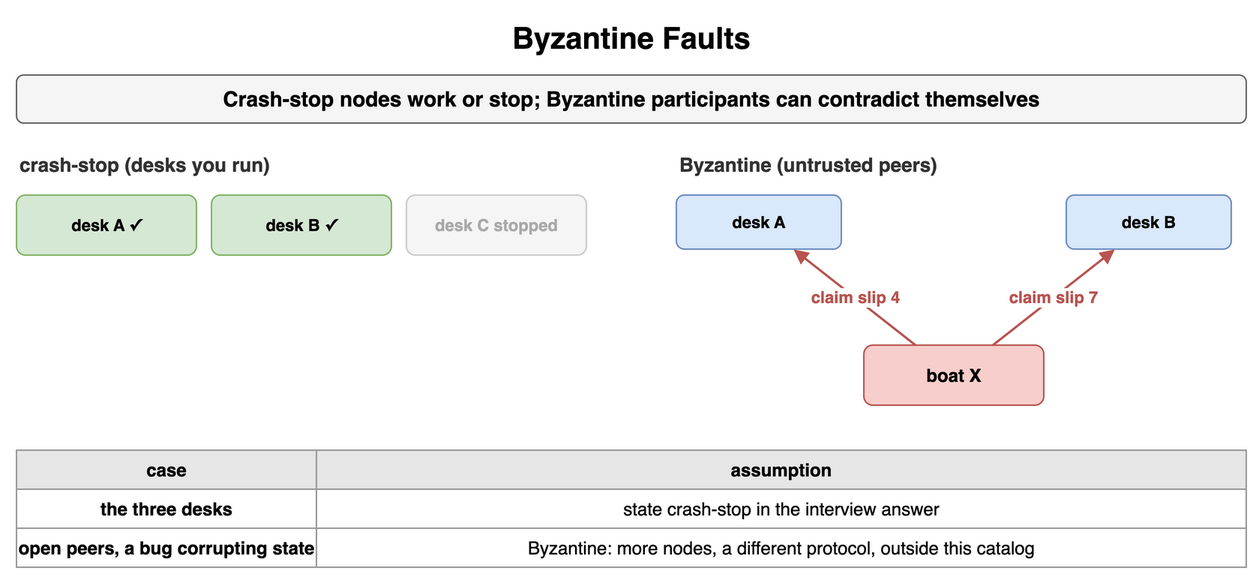
Above: content/09_System_Design_Interview/15_Distributed_System_Failure_Modes/diagrams/failure-modes-5-byzantine-faults.png in amendez13/swe-study-guide (draw.io), before the change. Source tidied: cells renumbered, new cells last; positions are measured from the earlier drawing's top-left corner, leaving out a move shared by most shapes.
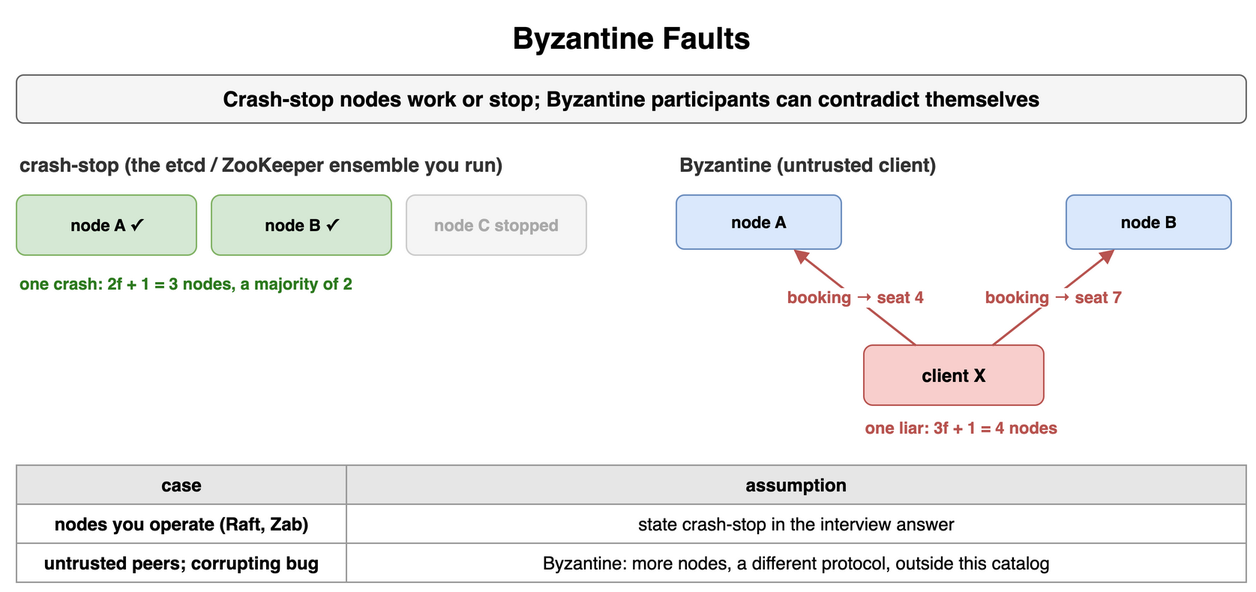
The same diagram one commit later.

The edit, as a diff of the source:
```diff
@@ -8,53 +8,59 @@
     <mxCell id="3" value="Crash-stop nodes work or stop; Byzantine participants can contradict themselves" style="rounded=1;whiteSpace=wrap;html=1;fillColor=#f5f5f5;strokeColor=#666666;fontStyle=1;fontSize=14;" parent="1" vertex="1">
       <mxGeometry y="40" width="820" height="32" as="geometry" />
     </mxCell>
-    <mxCell id="4" value="crash-stop (desks you run)" style="text;html=1;whiteSpace=wrap;fontSize=11;align=left;verticalAlign=middle;fontSize=13;fontColor=#333333;fontStyle=1;" parent="1" vertex="1">
-      <mxGeometry y="90" width="400" height="20" as="geometry" />
+    <mxCell id="4" value="crash-stop (the etcd / ZooKeeper ensemble you run)" style="text;html=1;whiteSpace=wrap;fontSize=11;align=left;verticalAlign=middle;fontSize=13;fontColor=#333333;fontStyle=1;" parent="1" vertex="1">
+      <mxGeometry y="90" width="430" height="20" as="geometry" />
     </mxCell>
-    <mxCell id="5" value="desk A ✓" style="rounded=1;whiteSpace=wrap;html=1;fillColor=#d5e8d4;strokeColor=#82b366;fontSize=11;align=center;fontStyle=1;" parent="1" vertex="1">
+    <mxCell id="5" value="node A ✓" style="rounded=1;whiteSpace=wrap;html=1;fillColor=#d5e8d4;strokeColor=#82b366;fontSize=11;align=center;fontStyle=1;" parent="1" vertex="1">
       <mxGeometry y="120" width="120" height="40" as="geometry" />
     </mxCell>
-    <mxCell id="6" value="desk B ✓" style="rounded=1;whiteSpace=wrap;html=1;fillColor=#d5e8d4;strokeColor=#82b366;fontSize=11;align=center;fontStyle=1;" parent="1" vertex="1">
+    <mxCell id="6" value="node B ✓" style="rounded=1;whiteSpace=wrap;html=1;fillColor=#d5e8d4;strokeColor=#82b366;fontSize=11;align=center;fontStyle=1;" parent="1" vertex="1">
       <mxGeometry x="130" y="120" width="120" height="40" as="geometry" />
     </mxCell>
-    <mxCell id="7" value="desk C stopped" style="rounded=1;whiteSpace=wrap;html=1;fillColor=#f5f5f5;strokeColor=#cccccc;fontSize=11;align=center;fontStyle=1;fontColor=#aaaaaa;" parent="1" vertex="1">
+    <mxCell id="7" value="node C stopped" style="rounded=1;whiteSpace=wrap;html=1;fillColor=#f5f5f5;strokeColor=#cccccc;fontSize=11;align=center;fontStyle=1;fontColor=#aaaaaa;" parent="1" vertex="1">
       <mxGeometry x="260" y="120" width="120" height="40" as="geometry" />
     </mxCell>
-    <mxCell id="8" value="Byzantine (untrusted peers)" style="text;html=1;whiteSpace=wrap;fontSize=11;align=left;verticalAlign=middle;fontSize=13;fontColor=#333333;fontStyle=1;" parent="1" vertex="1">
-      <mxGeometry x="440" y="90" width="380" height="20" as="geometry" />
+    <mxCell id="8" value="one crash: 2f + 1 = 3 nodes, a majority of 2" style="text;html=1;whiteSpace=wrap;fontSize=11;align=left;verticalAlign=middle;fontSize=11;fontColor=#2d7a1f;fontStyle=1;" parent="1" vertex="1">
+      <mxGeometry y="170" width="400" height="18" as="geometry" />
     </mxCell>
-    <mxCell id="9" value="boat X" style="rounded=1;whiteSpace=wrap;html=1;fillColor=#f8cecc;strokeColor=#b85450;fontSize=12;align=center;fontStyle=1;" parent="1" vertex="1">
-      <mxGeometry x="565" y="220" width="120" height="40" as="geometry" />
+    <mxCell id="9" value="Byzantine (untrusted client)" style="text;html=1;whiteSpace=wrap;fontSize=11;align=left;verticalAlign=middle;fontSize=13;fontColor=#333333;fontStyle=1;" parent="1" vertex="1">
+      <mxGeometry x="440" y="90" width="380" height="20" as="geometry" />
     </mxCell>
-    <mxCell id="10" value="desk A" style="rounded=1;whiteSpace=wrap;html=1;fillColor=#dae8fc;strokeColor=#6c8ebf;fontSize=11;align=center;fontStyle=1;" parent="1" vertex="1">
-      <mxGeometry x="440" y="120" width="110" height="36" as="geometry" />
+    <mxCell id="10" value="client X" style="rounded=1;whiteSpace=wrap;html=1;fillColor=#f8cecc;strokeColor=#b85450;fontSize=12;align=center;fontStyle=1;" parent="1" vertex="1">
+      <mxGeometry x="565" y="220" width="120" height="40" as="geometry" />
     </mxCell>
-    <mxCell id="11" value="desk B" style="rounded=1;whiteSpace=wrap;html=1;fillColor=#dae8fc;strokeColor=#6c8ebf;fontSize=11;align=center;fontStyle=1;" parent="1" vertex="1">
-      <mxGeometry x="700" y="120" width="110" height="36" as="geometry" />
+    <mxCell id="11" value="node A" style="rounded=1;whiteSpace=wrap;html=1;fillColor=#dae8fc;strokeColor=#6c8ebf;fontSize=11;align=center;fontStyle=1;" parent="1" vertex="1">
+      <mxGeometry x="440" y="120" width="110" height="36" as="geometry" />
     </mxCell>
-    <mxCell id="12" value="claim slip 4" style="endArrow=block;endSize=6;html=1;strokeWidth=1.5;strokeColor=#b85450;fontSize=11;labelBackgroundColor=#ffffff;fontColor=#b85450;fontStyle=1;" parent="1" edge="1" source="9" target="10">
-      <mxGeometry relative="1" as="geometry" />
+    <mxCell id="12" value="node B" style="rounded=1;whiteSpace=wrap;html=1;fillColor=#dae8fc;strokeColor=#6c8ebf;fontSize=11;align=center;fontStyle=1;" parent="1" vertex="1">
+      <mxGeometry x="700" y="120" width="110" height="36" as="geometry" />
     </mxCell>
-    <mxCell id="13" value="claim slip 7" style="endArrow=block;endSize=6;html=1;strokeWidth=1.5;strokeColor=#b85450;fontSize=11;labelBackgroundColor=#ffffff;fontColor=#b85450;fontStyle=1;" parent="1" edge="1" source="9" target="11">
+    <mxCell id="13" value="booking → seat 4" style="endArrow=block;endSize=6;html=1;strokeWidth=1.5;strokeColor=#b85450;fontSize=11;labelBackgroundColor=#ffffff;fontColor=#b85450;fontStyle=1;" parent="1" edge="1" source="10" target="11">
       <mxGeometry relative="1" as="geometry" />
     </mxCell>
-    <mxCell id="14" value="case" style="whiteSpace=wrap;html=1;fillColor=#e6e6e6;strokeColor=#999999;fontStyle=1;fontSize=12;" parent="1" vertex="1">
-      <mxGeometry y="290" width="200" height="26" as="geometry" />
+    <mxCell id="14" value="booking → seat 7" style="endArrow=block;endSize=6;html=1;strokeWidth=1.5;strokeColor=#b85450;fontSize=11;labelBackgroundColor=#ffffff;fontColor=#b85450;fontStyle=1;" parent="1" edge="1" source="10" target="12">
+      <mxGeometry relative="1" as="geometry" />
     </mxCell>
-    <mxCell id="15" value="assumption" style="whiteSpace=wrap;html=1;fillColor=#e6e6e6;strokeColor=#999999;fontStyle=1;fontSize=12;" parent="1" vertex="1">
-      <mxGeometry x="200" y="290" width="620" height="26" as="geometry" />
+    <mxCell id="15" value="one liar: 3f + 1 = 4 nodes" style="text;html=1;whiteSpace=wrap;fontSize=11;align=center;verticalAlign=middle;fontSize=11;fontColor=#b85450;fontStyle=1;" parent="1" vertex="1">
+      <mxGeometry x="440" y="266" width="380" height="18" as="geometry" />
     </mxCell>
-    <mxCell id="16" value="the three desks" style="whiteSpace=wrap;html=1;strokeColor=#999999;fontSize=12;fillColor=#ffffff;fontStyle=1;" parent="1" vertex="1">
-      <mxGeometry y="316" width="200" height="26" as="geometry" />
+    <mxCell id="16" value="case" style="whiteSpace=wrap;html=1;fillColor=#e6e6e6;strokeColor=#999999;fontStyle=1;fontSize=12;" parent="1" vertex="1">
+      <mxGeometry y="300" width="220" height="26" as="geometry" />
     </mxCell>
-    <mxCell id="17" value="state crash-stop in the interview answer" style="whiteSpace=wrap;html=1;strokeColor=#999999;fontSize=12;fillColor=#ffffff;" parent="1" vertex="1">
-      <mxGeometry x="200" y="316" width="620" height="26" as="geometry" />
+    <mxCell id="17" value="assumption" style="whiteSpace=wrap;html=1;fillColor=#e6e6e6;strokeColor=#999999;fontStyle=1;fontSize=12;" parent="1" vertex="1">
+      <mxGeometry x="220" y="300" width="600" height="26" as="geometry" />
     </mxCell>
-    <mxCell id="18" value="open peers, a bug corrupting state" style="whiteSpace=wrap;html=1;strokeColor=#999999;fontSize=12;fillColor=#ffffff;fontStyle=1;" parent="1" vertex="1">
-      <mxGeometry y="342" width="200" height="26" as="geometry" />
+    <mxCell id="18" value="nodes you operate (Raft, Zab)" style="whiteSpace=wrap;html=1;strokeColor=#999999;fontSize=12;fillColor=#ffffff;fontStyle=1;" parent="1" vertex="1">
+      <mxGeometry y="326" width="220" height="26" as="geometry" />
     </mxCell>
-    <mxCell id="19" value="Byzantine: more nodes, a different protocol, outside this catalog" style="whiteSpace=wrap;html=1;strokeColor=#999999;fontSize=12;fillColor=#ffffff;" parent="1" vertex="1">
-      <mxGeometry x="200" y="342" width="620" height="26" as="geometry" />
+    <mxCell id="19" value="state crash-stop in the interview answer" style="whiteSpace=wrap;html=1;strokeColor=#999999;fontSize=12;fillColor=#ffffff;" parent="1" vertex="1">
+      <mxGeometry x="220" y="326" width="600" height="26" as="geometry" />
     </mxCell>
+    <mxCell id="20" value="untrusted peers; corrupting bug" style="whiteSpace=wrap;html=1;strokeColor=#999999;fontSize=12;fillColor=#ffffff;fontStyle=1;" parent="1" vertex="1">
+      <mxGeometry y="352" width="220" height="26" as="geometry" />
+    </mxCell>
+    <mxCell id="21" value="Byzantine: more nodes, a different protocol, outside this catalog" style="whiteSpace=wrap;html=1;strokeColor=#999999;fontSize=12;fillColor=#ffffff;" parent="1" vertex="1">
+      <mxGeometry x="220" y="352" width="600" height="26" as="geometry" />
+    </mxCell>
   </root>
 </mxGraphModel>
```
